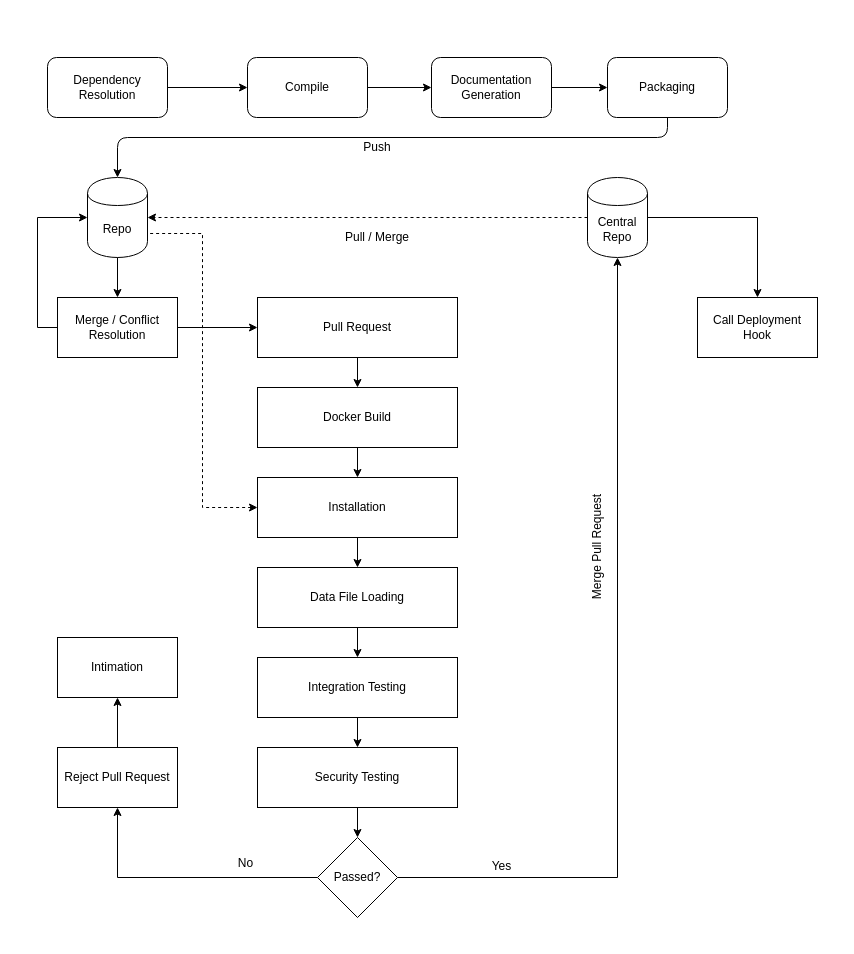
Before: Untitled Diagram.drawio in akash-mitra/bootyman, a draw.io diagram. Source tidied: cells renumbered, new cells numbered last; positions are measured from the earlier drawing's top-left corner, leaving out a move shared by most shapes. Both pictures are drawn from the tidied source at 100%, with x=0, y=0 at pixel (37, 57).
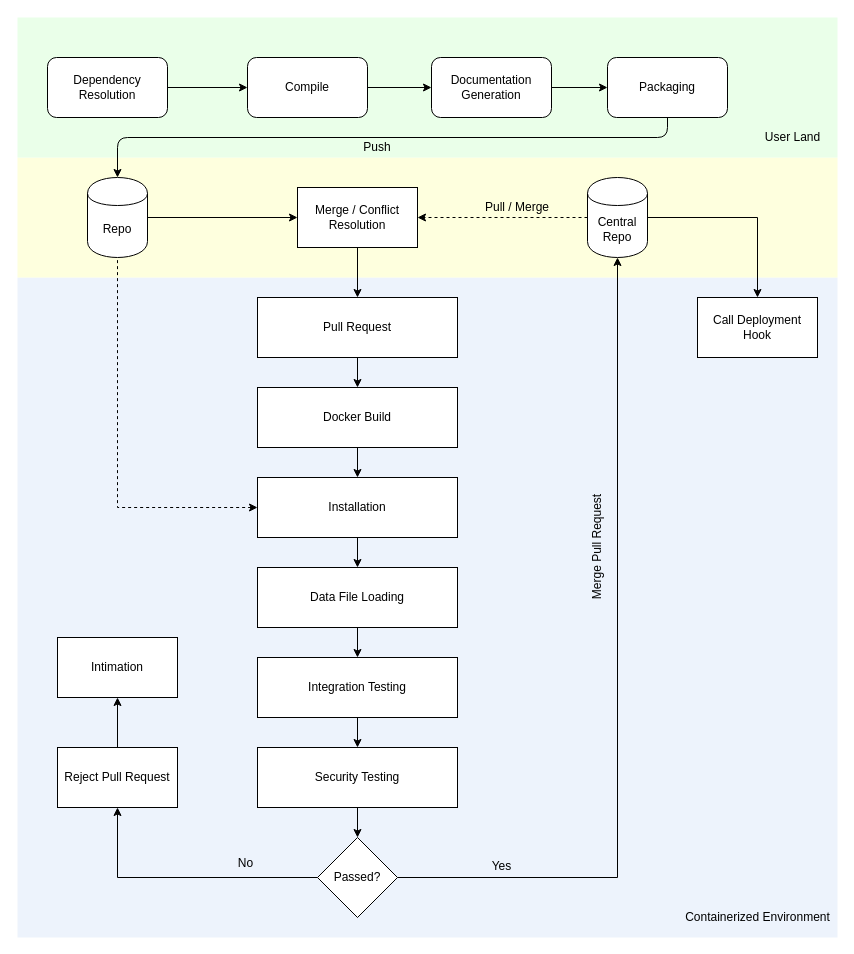
After the change.

The change refers to these unchanged cells:
```xml
<mxCell id="10" value="Repo" style="shape=cylinder;whiteSpace=wrap;html=1;boundedLbl=1;backgroundOutline=1;" parent="1" vertex="1">
  <mxGeometry x="50" y="120" width="60" height="80" as="geometry" />
</mxCell>
<mxCell id="14" value="Central Repo" style="shape=cylinder;whiteSpace=wrap;html=1;boundedLbl=1;backgroundOutline=1;" parent="1" vertex="1">
  <mxGeometry x="550" y="120" width="60" height="80" as="geometry" />
</mxCell>
<mxCell id="20" value="Pull Request" style="whiteSpace=wrap;html=1;" parent="1" vertex="1">
  <mxGeometry x="220" y="240" width="200" height="60" as="geometry" />
</mxCell>
<mxCell id="25" value="Installation" style="whiteSpace=wrap;html=1;" parent="1" vertex="1">
  <mxGeometry x="220" y="420" width="200" height="60" as="geometry" />
</mxCell>
```

What changed in the source:
```diff
@@
+    <mxCell id="43" style="rounded=0;whiteSpace=wrap;html=1;fillColor=#EDF3FC;strokeColor=none;" parent="1" vertex="1">
+      <mxGeometry x="-20" y="220" width="820" height="660" as="geometry" />
+    </mxCell>
+    <mxCell id="44" style="rounded=0;whiteSpace=wrap;html=1;fillColor=#FEFFDE;strokeColor=none;" parent="1" vertex="1">
+      <mxGeometry x="-20" y="100" width="820" height="120" as="geometry" />
+    </mxCell>
+    <mxCell id="45" style="rounded=0;whiteSpace=wrap;html=1;fillColor=#EAFFE9;strokeColor=none;" parent="1" vertex="1">
+      <mxGeometry x="-20" y="-40" width="820" height="140" as="geometry" />
+    </mxCell>
@@
-    <mxCell id="9" style="edgeStyle=orthogonalEdgeStyle;rounded=0;comic=0;jettySize=auto;html=1;exitX=0;exitY=0.5;exitDx=0;exitDy=0;entryX=0;entryY=0.5;entryDx=0;entryDy=0;startArrow=classic;startFill=1;endArrow=none;endFill=0;" parent="1" edge="1" source="10" target="18">
-      <mxGeometry relative="1" as="geometry">
-        <Array as="points">
-          <mxPoint y="160" />
-          <mxPoint y="270" />
-        </Array>
-      </mxGeometry>
-    </mxCell>
@@
-    <mxCell id="15" style="endArrow=classic;html=1;exitX=0;exitY=0.5;exitDx=0;exitDy=0;entryX=1;entryY=0.5;entryDx=0;entryDy=0;comic=0;dashed=1;" parent="1" edge="1" source="14" target="10">
+    <mxCell id="15" style="endArrow=classic;html=1;exitX=0;exitY=0.5;exitDx=0;exitDy=0;entryX=1;entryY=0.5;entryDx=0;entryDy=0;comic=0;dashed=1;" parent="1" edge="1" source="14" target="18">
       <mxGeometry relative="1" as="geometry" />
     </mxCell>
     <mxCell id="16" value="Pull / Merge" style="text;html=1;strokeColor=none;fillColor=none;align=center;verticalAlign=middle;whiteSpace=wrap;rounded=0;" parent="1" vertex="1">
-      <mxGeometry x="280" y="170" width="120" height="20" as="geometry" />
+      <mxGeometry x="420" y="140" width="120" height="20" as="geometry" />
     </mxCell>
-    <mxCell id="17" style="edgeStyle=orthogonalEdgeStyle;rounded=0;comic=0;jettySize=auto;html=1;exitX=0.5;exitY=0;exitDx=0;exitDy=0;entryX=0.5;entryY=1;entryDx=0;entryDy=0;startArrow=classic;startFill=1;endArrow=none;endFill=0;" parent="1" edge="1" source="18" target="10">
+    <mxCell id="17" style="edgeStyle=orthogonalEdgeStyle;rounded=0;comic=0;jettySize=auto;html=1;exitX=0;exitY=0.5;exitDx=0;exitDy=0;entryX=1;entryY=0.5;entryDx=0;entryDy=0;startArrow=classic;startFill=1;endArrow=none;endFill=0;" parent="1" edge="1" source="18" target="10">
       <mxGeometry relative="1" as="geometry" />
     </mxCell>
     <mxCell id="18" value="Merge / Conflict Resolution" style="whiteSpace=wrap;html=1;" parent="1" vertex="1">
-      <mxGeometry x="20" y="240" width="120" height="60" as="geometry" />
+      <mxGeometry x="260" y="130" width="120" height="60" as="geometry" />
     </mxCell>
-    <mxCell id="19" style="edgeStyle=orthogonalEdgeStyle;rounded=0;comic=0;jettySize=auto;html=1;exitX=0;exitY=0.5;exitDx=0;exitDy=0;entryX=1;entryY=0.5;entryDx=0;entryDy=0;startArrow=classic;startFill=1;endArrow=none;endFill=0;" parent="1" edge="1" source="20" target="18">
+    <mxCell id="19" style="edgeStyle=orthogonalEdgeStyle;rounded=0;comic=0;jettySize=auto;html=1;exitX=0.5;exitY=0;exitDx=0;exitDy=0;entryX=0.5;entryY=1;entryDx=0;entryDy=0;startArrow=classic;startFill=1;endArrow=none;endFill=0;" parent="1" edge="1" source="20" target="18">
       <mxGeometry relative="1" as="geometry" />
     </mxCell>
@@
-    <mxCell id="24" style="edgeStyle=orthogonalEdgeStyle;rounded=0;comic=0;jettySize=auto;html=1;exitX=0;exitY=0.5;exitDx=0;exitDy=0;entryX=1;entryY=0.7;entryDx=0;entryDy=0;startArrow=classic;startFill=1;endArrow=none;endFill=0;dashed=1;" parent="1" edge="1" source="25" target="10">
+    <mxCell id="24" style="edgeStyle=orthogonalEdgeStyle;rounded=0;comic=0;jettySize=auto;html=1;exitX=0;exitY=0.5;exitDx=0;exitDy=0;entryX=0.5;entryY=1;entryDx=0;entryDy=0;startArrow=classic;startFill=1;endArrow=none;endFill=0;dashed=1;" parent="1" edge="1" source="25" target="10">
       <mxGeometry relative="1" as="geometry" />
     </mxCell>
@@
+    <mxCell id="46" value="User Land" style="text;html=1;align=center;verticalAlign=middle;" parent="1" vertex="1">
+      <mxGeometry x="720" y="70" width="70" height="20" as="geometry" />
+    </mxCell>
+    <mxCell id="47" value="Containerized Environment" style="text;html=1;align=center;verticalAlign=middle;" parent="1" vertex="1">
+      <mxGeometry x="640" y="850" width="160" height="20" as="geometry" />
+    </mxCell>
```
